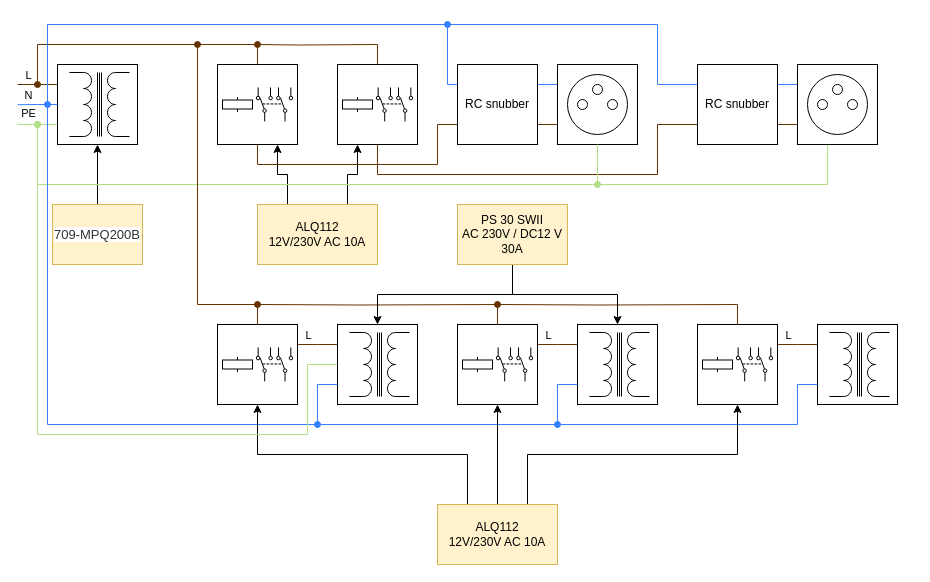
This is silnoproud.drawio from AdminTextilka/Bakalarka, a draw.io file, before an edit. Source tidied: cells renumbered, new cells numbered last; positions are measured from the earlier drawing's top-left corner, leaving out a move shared by most shapes. Both pictures are drawn from the tidied source at 100%, with x=0, y=0 at pixel (17, 24).
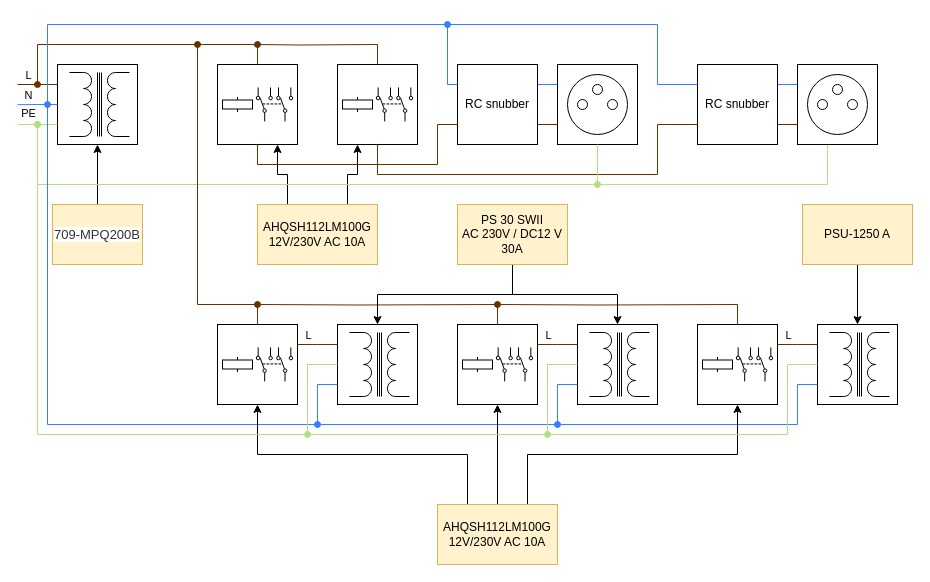
After the change.

The change refers to these unchanged cells:
```xml
<mxCell id="68" style="rounded=0;whiteSpace=wrap;html=1;" parent="65" vertex="1">
  <mxGeometry width="80" height="80" as="geometry" />
</mxCell>
<mxCell id="73" style="rounded=0;whiteSpace=wrap;html=1;" parent="70" vertex="1">
  <mxGeometry width="80" height="80" as="geometry" />
</mxCell>
```

Diff of the diagram source:
```diff
@@
-    <mxCell id="20" value="ALQ112&lt;br&gt;12V/230V AC 10A" style="rounded=0;whiteSpace=wrap;html=1;fillColor=#fff2cc;strokeColor=#d6b656;" parent="1" vertex="1">
+    <mxCell id="20" value="AHQSH112LM100G&lt;br&gt;12V/230V AC 10A" style="rounded=0;whiteSpace=wrap;html=1;fillColor=#fff2cc;strokeColor=#d6b656;" parent="1" vertex="1">
       <mxGeometry x="240" y="180" width="120" height="60" as="geometry" />
     </mxCell>
@@
-    <mxCell id="84" value="ALQ112&lt;br&gt;12V/230V AC 10A" style="rounded=0;whiteSpace=wrap;html=1;fillColor=#fff2cc;strokeColor=#d6b656;" parent="1" vertex="1">
+    <mxCell id="84" value="AHQSH112LM100G&lt;br&gt;12V/230V AC 10A" style="rounded=0;whiteSpace=wrap;html=1;fillColor=#fff2cc;strokeColor=#d6b656;" parent="1" vertex="1">
       <mxGeometry x="420" y="480" width="120" height="60" as="geometry" />
     </mxCell>
@@
+    <mxCell id="89" style="edgeStyle=orthogonalEdgeStyle;rounded=0;jettySize=auto;html=1;entryX=0;entryY=0.5;entryDx=0;entryDy=0;endArrow=none;startFill=1;strokeColor=#B2DE85;startArrow=oval;" parent="1" edge="1" target="68">
+      <mxGeometry relative="1" as="geometry">
+        <mxPoint x="290" y="410" as="sourcePoint" />
+        <Array as="points">
+          <mxPoint x="290" y="340" />
+          <mxPoint x="290" y="410" />
+          <mxPoint x="530" y="410" />
+          <mxPoint x="530" y="340" />
+        </Array>
+      </mxGeometry>
+    </mxCell>
+    <mxCell id="90" style="edgeStyle=orthogonalEdgeStyle;rounded=0;jettySize=auto;html=1;entryX=0;entryY=0.5;entryDx=0;entryDy=0;strokeColor=#B2DE85;endArrow=none;startFill=1;startArrow=oval;" parent="1" edge="1" target="73">
+      <mxGeometry relative="1" as="geometry">
+        <mxPoint x="530" y="410" as="sourcePoint" />
+        <Array as="points">
+          <mxPoint x="530" y="340" />
+          <mxPoint x="530" y="410" />
+          <mxPoint x="770" y="410" />
+          <mxPoint x="770" y="340" />
+        </Array>
+      </mxGeometry>
+    </mxCell>
+    <mxCell id="91" style="edgeStyle=orthogonalEdgeStyle;rounded=0;jettySize=auto;html=1;exitX=0.5;exitY=1;exitDx=0;exitDy=0;entryX=0.5;entryY=0;entryDx=0;entryDy=0;" parent="1" edge="1" source="92" target="73">
+      <mxGeometry relative="1" as="geometry" />
+    </mxCell>
+    <mxCell id="92" value="PSU-1250 A" style="rounded=0;whiteSpace=wrap;html=1;fillColor=#fff2cc;strokeColor=#d6b656;" parent="1" vertex="1">
+      <mxGeometry x="785" y="180" width="110" height="60" as="geometry" />
+    </mxCell>
```
